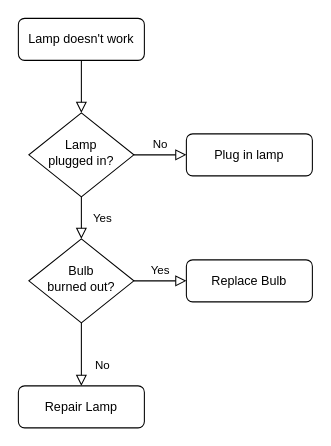
Above: Untitled Diagram.drawio in INB-Nathan/CSS0015 (draw.io), before the change. Source tidied: cells renumbered, new cells numbered last; positions are measured from the earlier drawing's top-left corner, leaving out a move shared by most shapes. Both pictures are drawn from the tidied source at 105%, with x=0, y=0 at pixel (18, 18).
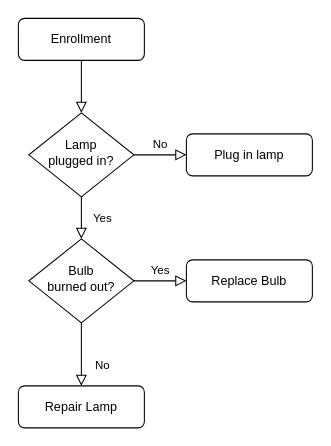
After the change.

The edit, as a diff of the source:
```diff
@@
 <mxGraphModel>
   <root>
     <mxCell id="0" />
     <mxCell id="1" parent="0" />
     <mxCell id="2" style="rounded=0;html=1;jettySize=auto;fontSize=11;endArrow=block;endFill=0;endSize=8;strokeWidth=1;shadow=0;labelBackgroundColor=none;edgeStyle=orthogonalEdgeStyle;" parent="1" edge="1" source="3" target="6">
       <mxGeometry relative="1" as="geometry" />
     </mxCell>
-    <mxCell id="3" value="Lamp doesn't work" style="rounded=1;whiteSpace=wrap;html=1;fontSize=12;glass=0;strokeWidth=1;shadow=0;" parent="1" vertex="1">
+    <mxCell id="3" value="Enrollment" style="rounded=1;whiteSpace=wrap;html=1;fontSize=12;glass=0;strokeWidth=1;shadow=0;" parent="1" vertex="1">
       <mxGeometry width="120" height="40" as="geometry" />
     </mxCell>
     <mxCell id="4" value="Yes" style="rounded=0;html=1;jettySize=auto;fontSize=11;endArrow=block;endFill=0;endSize=8;strokeWidth=1;shadow=0;labelBackgroundColor=none;edgeStyle=orthogonalEdgeStyle;" parent="1" edge="1" source="6" target="10">
       <mxGeometry y="20" relative="1" as="geometry" />
     </mxCell>
     <mxCell id="5" value="No" style="edgeStyle=orthogonalEdgeStyle;rounded=0;html=1;jettySize=auto;fontSize=11;endArrow=block;endFill=0;endSize=8;strokeWidth=1;shadow=0;labelBackgroundColor=none;" parent="1" edge="1" source="6" target="7">
       <mxGeometry y="10" relative="1" as="geometry" />
     </mxCell>
     <mxCell id="6" value="Lamp&lt;br&gt;plugged in?" style="rhombus;whiteSpace=wrap;html=1;shadow=0;fontFamily=Helvetica;fontSize=12;align=center;strokeWidth=1;spacing=6;spacingTop=-4;" parent="1" vertex="1">
       <mxGeometry x="10" y="90" width="100" height="80" as="geometry" />
     </mxCell>
     <mxCell id="7" value="Plug in lamp" style="rounded=1;whiteSpace=wrap;html=1;fontSize=12;glass=0;strokeWidth=1;shadow=0;" parent="1" vertex="1">
       <mxGeometry x="160" y="110" width="120" height="40" as="geometry" />
     </mxCell>
     <mxCell id="8" value="No" style="rounded=0;html=1;jettySize=auto;fontSize=11;endArrow=block;endFill=0;endSize=8;strokeWidth=1;shadow=0;labelBackgroundColor=none;edgeStyle=orthogonalEdgeStyle;" parent="1" edge="1" source="10" target="11">
       <mxGeometry x="0.33" y="20" relative="1" as="geometry" />
     </mxCell>
     <mxCell id="9" value="Yes" style="edgeStyle=orthogonalEdgeStyle;rounded=0;html=1;jettySize=auto;fontSize=11;endArrow=block;endFill=0;endSize=8;strokeWidth=1;shadow=0;labelBackgroundColor=none;" parent="1" edge="1" source="10" target="12">
       <mxGeometry y="10" relative="1" as="geometry" />
     </mxCell>
     <mxCell id="10" value="Bulb&lt;br&gt;burned out?" style="rhombus;whiteSpace=wrap;html=1;shadow=0;fontFamily=Helvetica;fontSize=12;align=center;strokeWidth=1;spacing=6;spacingTop=-4;" parent="1" vertex="1">
       <mxGeometry x="10" y="210" width="100" height="80" as="geometry" />
     </mxCell>
     <mxCell id="11" value="Repair Lamp" style="rounded=1;whiteSpace=wrap;html=1;fontSize=12;glass=0;strokeWidth=1;shadow=0;" parent="1" vertex="1">
       <mxGeometry y="350" width="120" height="40" as="geometry" />
     </mxCell>
     <mxCell id="12" value="Replace Bulb" style="rounded=1;whiteSpace=wrap;html=1;fontSize=12;glass=0;strokeWidth=1;shadow=0;" parent="1" vertex="1">
       <mxGeometry x="160" y="230" width="120" height="40" as="geometry" />
     </mxCell>
   </root>
 </mxGraphModel>
```
